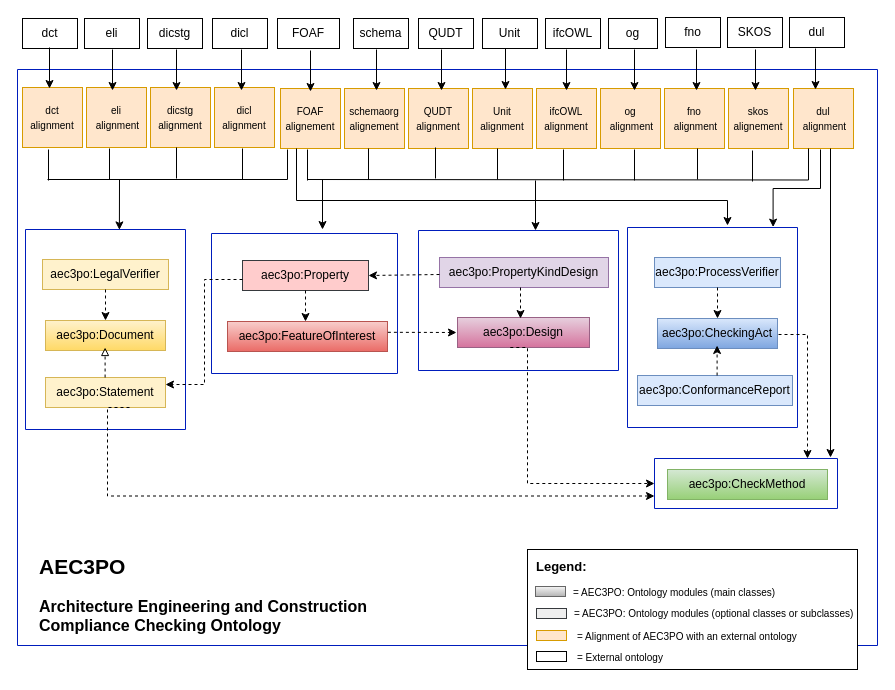
Before: page "alignment" (2 of 48) of src/aec3po.drawio in Accord-Project/aec3po, a draw.io diagram. Source tidied: cells renumbered, new cells numbered last; positions are measured from the earlier drawing's top-left corner, leaving out a move shared by most shapes. Both pictures are drawn from the tidied source at 100%, with x=0, y=0 at pixel (17, 17).
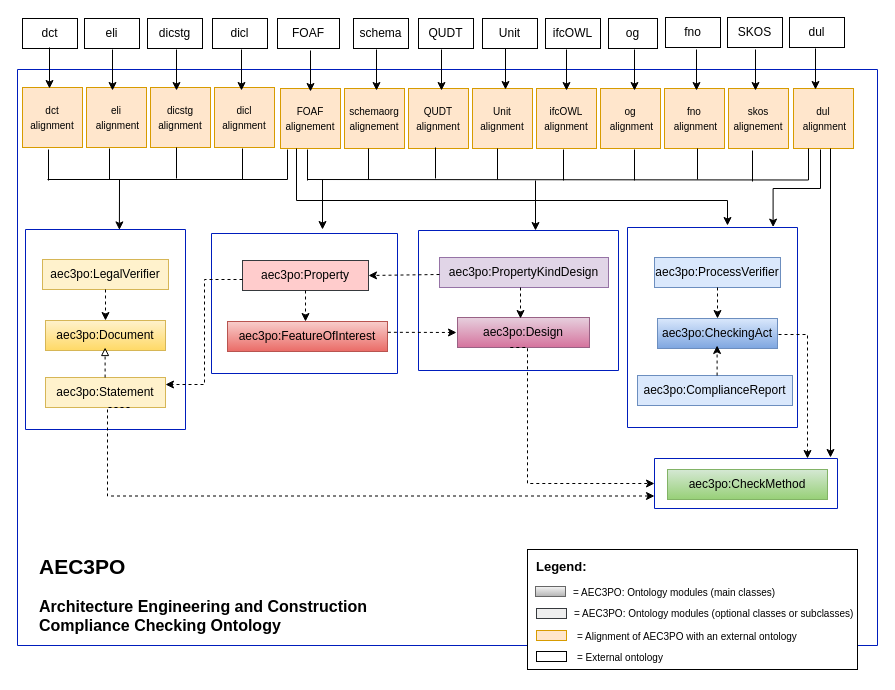
After the change.

The edit, as a diff of the source:
```diff
@@
-    <mxCell id="16" value="aec3po:ConformanceReport" style="rounded=0;whiteSpace=wrap;html=1;fillColor=#dae8fc;strokeColor=#6c8ebf;" parent="1" vertex="1">
+    <mxCell id="16" value="aec3po:ComplianceReport" style="rounded=0;whiteSpace=wrap;html=1;fillColor=#dae8fc;strokeColor=#6c8ebf;" parent="1" vertex="1">
       <mxGeometry x="620" y="358" width="155" height="30" as="geometry" />
     </mxCell>
```
